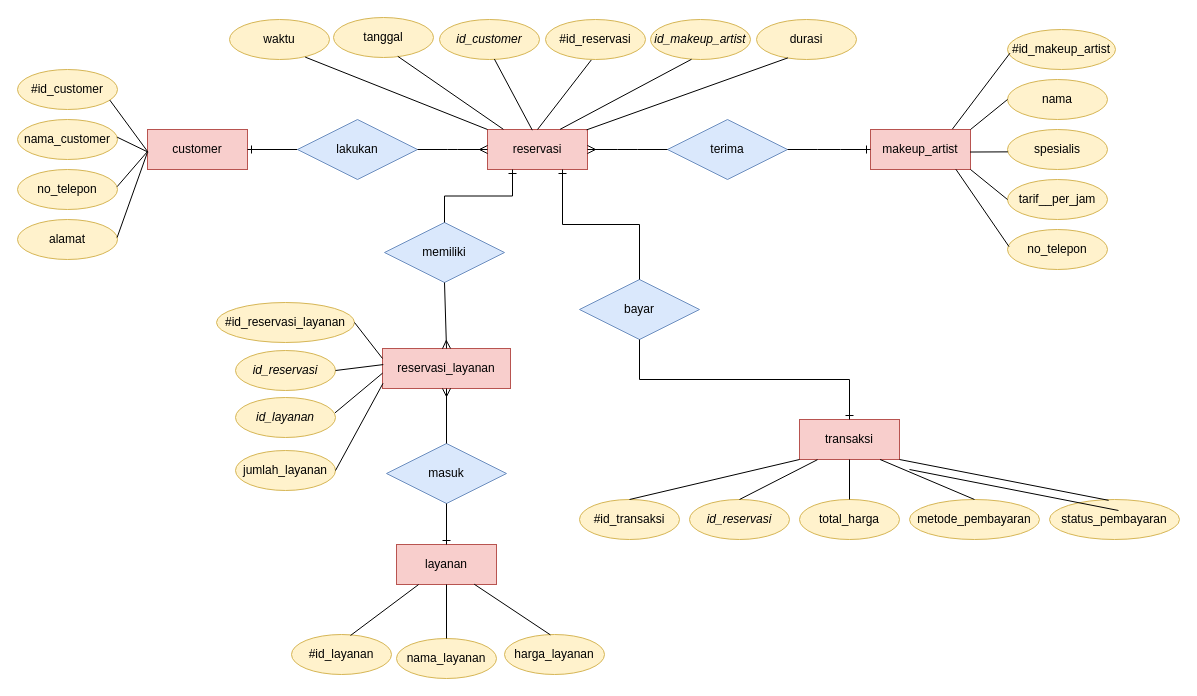
Before: MinPro 1.drawio in k149191/Konsep-Basis-Data, a draw.io diagram. Source tidied: cells renumbered, new cells numbered last; positions are measured from the earlier drawing's top-left corner, leaving out a move shared by most shapes. Both pictures are drawn from the tidied source at 100%, with x=0, y=0 at pixel (17, 17).
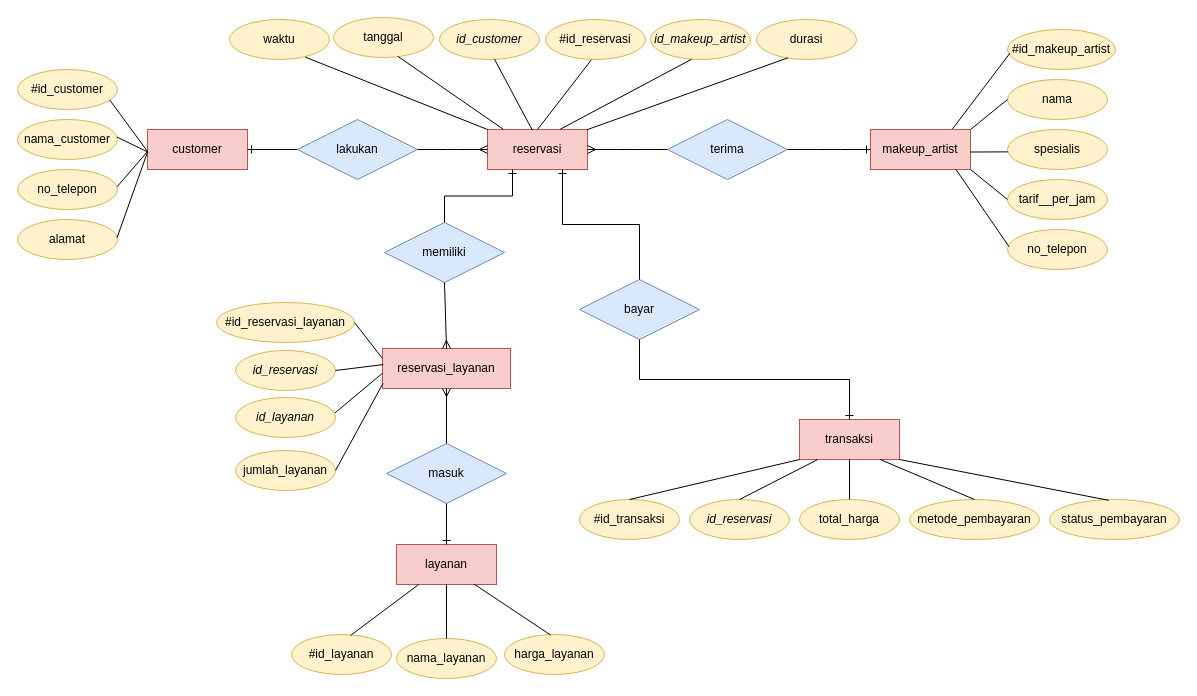
The same page after the edit.

Diff of the diagram source:
```diff
@@
-    <mxCell id="77" style="endArrow=none;html=1;rounded=0;exitX=0.455;exitY=0.021;exitDx=0;exitDy=0;entryX=1;entryY=1;entryDx=0;entryDy=0;exitPerimeter=0;" parent="1" edge="1">
-      <mxGeometry relative="1" as="geometry">
-        <mxPoint x="1101" y="493" as="sourcePoint" />
-        <mxPoint x="892" y="452" as="targetPoint" />
-      </mxGeometry>
-    </mxCell>
```
